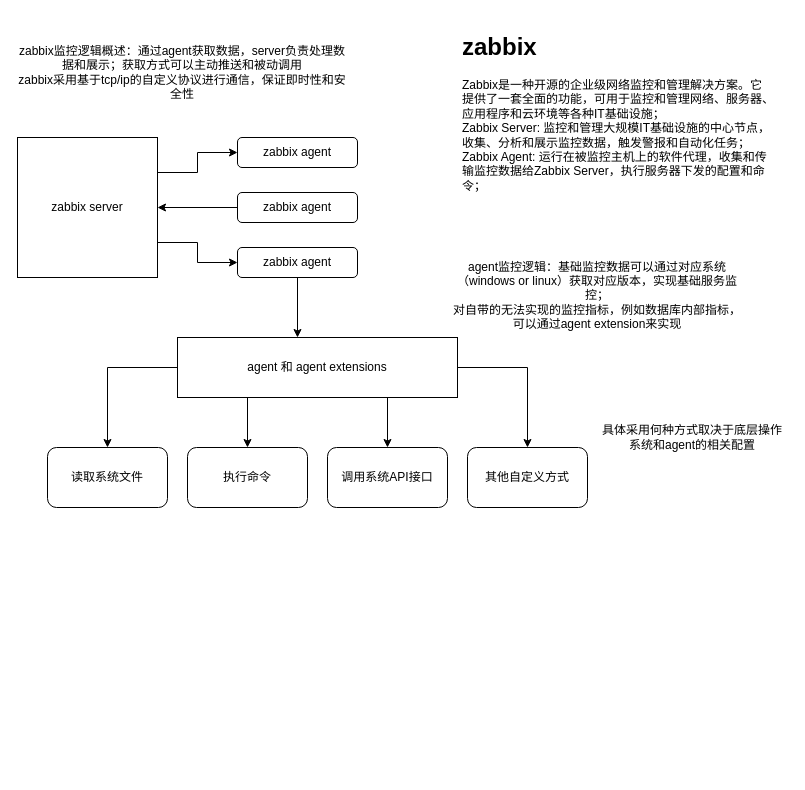
Above: zabbix.drawio in dengkefu/draw.io (draw.io), before the change. Source tidied: cells renumbered, new cells numbered last; positions are measured from the earlier drawing's top-left corner, leaving out a move shared by most shapes. Both pictures are drawn from the tidied source at 100%, with x=0, y=0 at pixel (17, 27).
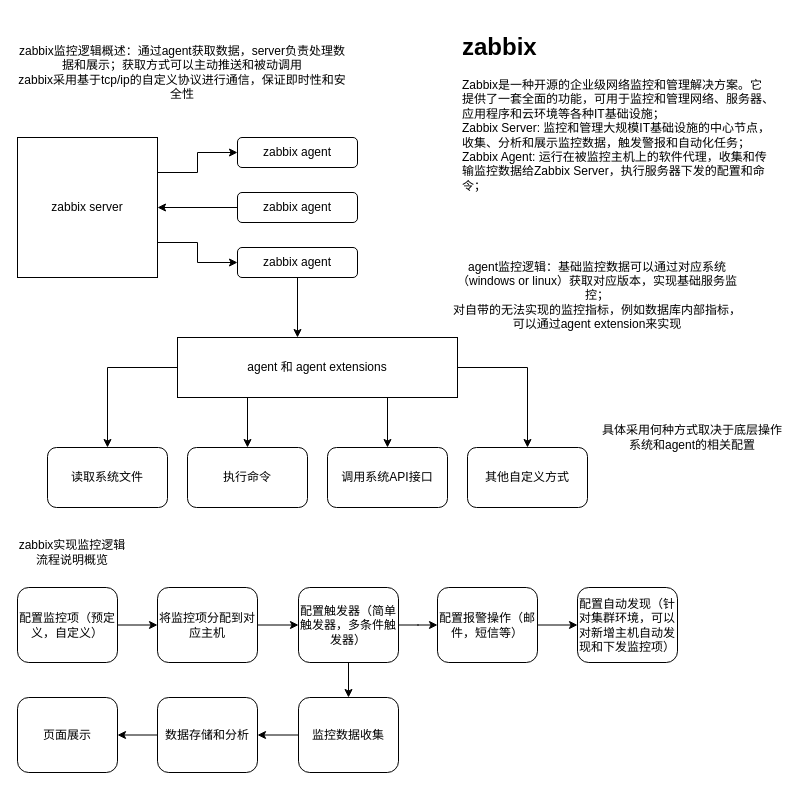
Above is the later version.

Change to the diagram source:
```diff
@@
+    <mxCell id="23" value="zabbix实现监控逻辑流程说明概览" style="text;html=1;strokeColor=none;fillColor=none;align=center;verticalAlign=middle;whiteSpace=wrap;rounded=0;" parent="1" vertex="1">
+      <mxGeometry y="510" width="110" height="30" as="geometry" />
+    </mxCell>
+    <mxCell id="24" style="edgeStyle=orthogonalEdgeStyle;rounded=0;jettySize=auto;html=1;exitX=1;exitY=0.5;exitDx=0;exitDy=0;" parent="1" edge="1" source="25" target="27">
+      <mxGeometry relative="1" as="geometry" />
+    </mxCell>
+    <mxCell id="25" value="配置监控项（预定义，自定义）" style="rounded=1;whiteSpace=wrap;html=1;" parent="1" vertex="1">
+      <mxGeometry y="560" width="100" height="75" as="geometry" />
+    </mxCell>
+    <mxCell id="26" style="edgeStyle=orthogonalEdgeStyle;rounded=0;jettySize=auto;html=1;entryX=0;entryY=0.5;entryDx=0;entryDy=0;" parent="1" edge="1" source="27" target="30">
+      <mxGeometry relative="1" as="geometry" />
+    </mxCell>
+    <mxCell id="27" value="将监控项分配到对应主机" style="rounded=1;whiteSpace=wrap;html=1;" parent="1" vertex="1">
+      <mxGeometry x="140" y="560" width="100" height="75" as="geometry" />
+    </mxCell>
+    <mxCell id="28" style="edgeStyle=orthogonalEdgeStyle;rounded=0;jettySize=auto;html=1;entryX=0;entryY=0.5;entryDx=0;entryDy=0;" parent="1" edge="1" source="30" target="32">
+      <mxGeometry relative="1" as="geometry" />
+    </mxCell>
+    <mxCell id="29" style="edgeStyle=orthogonalEdgeStyle;rounded=0;jettySize=auto;html=1;" parent="1" edge="1" source="30" target="35">
+      <mxGeometry relative="1" as="geometry" />
+    </mxCell>
+    <mxCell id="30" value="配置触发器（简单触发器，多条件触发器）" style="rounded=1;whiteSpace=wrap;html=1;" parent="1" vertex="1">
+      <mxGeometry x="281" y="560" width="100" height="75" as="geometry" />
+    </mxCell>
+    <mxCell id="31" style="edgeStyle=orthogonalEdgeStyle;rounded=0;jettySize=auto;html=1;exitX=1;exitY=0.5;exitDx=0;exitDy=0;entryX=0;entryY=0.5;entryDx=0;entryDy=0;" parent="1" edge="1" source="32" target="33">
+      <mxGeometry relative="1" as="geometry" />
+    </mxCell>
+    <mxCell id="32" value="配置报警操作（邮件，短信等）" style="rounded=1;whiteSpace=wrap;html=1;" parent="1" vertex="1">
+      <mxGeometry x="420" y="560" width="100" height="75" as="geometry" />
+    </mxCell>
+    <mxCell id="33" value="配置自动发现（针对集群环境，可以对新增主机自动发现和下发监控项）" style="rounded=1;whiteSpace=wrap;html=1;" parent="1" vertex="1">
+      <mxGeometry x="560" y="560" width="100" height="75" as="geometry" />
+    </mxCell>
+    <mxCell id="34" style="edgeStyle=orthogonalEdgeStyle;rounded=0;jettySize=auto;html=1;exitX=0;exitY=0.5;exitDx=0;exitDy=0;entryX=1;entryY=0.5;entryDx=0;entryDy=0;" parent="1" edge="1" source="35" target="37">
+      <mxGeometry relative="1" as="geometry" />
+    </mxCell>
+    <mxCell id="35" value="监控数据收集" style="rounded=1;whiteSpace=wrap;html=1;" parent="1" vertex="1">
+      <mxGeometry x="281" y="670" width="100" height="75" as="geometry" />
+    </mxCell>
+    <mxCell id="36" style="edgeStyle=orthogonalEdgeStyle;rounded=0;jettySize=auto;html=1;exitX=0;exitY=0.5;exitDx=0;exitDy=0;" parent="1" edge="1" source="37" target="38">
+      <mxGeometry relative="1" as="geometry" />
+    </mxCell>
+    <mxCell id="37" value="数据存储和分析" style="rounded=1;whiteSpace=wrap;html=1;" parent="1" vertex="1">
+      <mxGeometry x="140" y="670" width="100" height="75" as="geometry" />
+    </mxCell>
+    <mxCell id="38" value="页面展示" style="rounded=1;whiteSpace=wrap;html=1;" parent="1" vertex="1">
+      <mxGeometry y="670" width="100" height="75" as="geometry" />
+    </mxCell>
```
